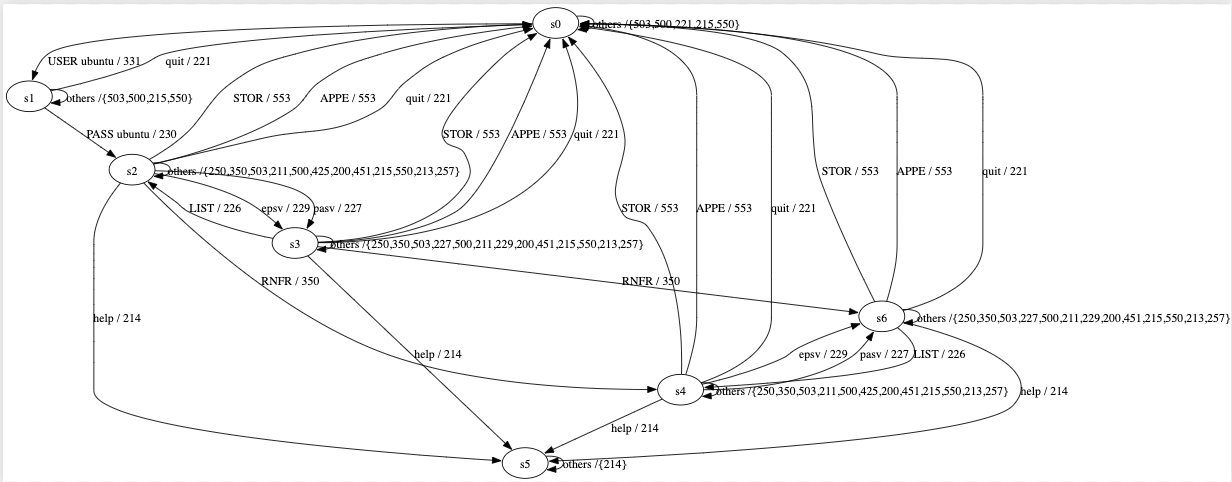
Earlier version of the Graphviz export State models/bftpd.png (cristiandaniele/ftp-statemodel-learner). Its source is kept beside it as State models/bftpd.dot.
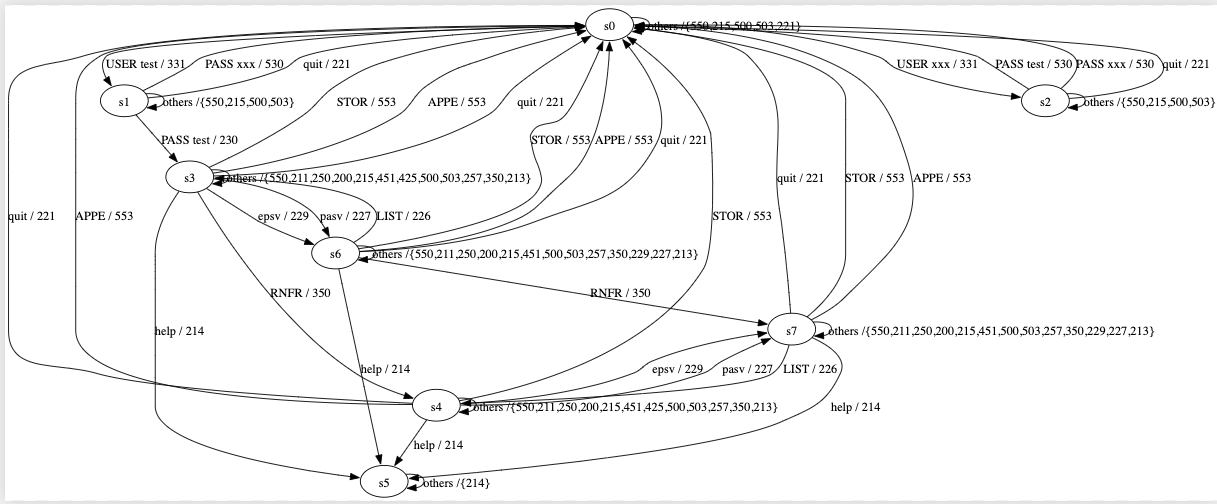
The same diagram one commit later.

Change to the diagram source:
```diff
@@ -7,16 +7,17 @@
 	s4 [shape="circle" label="4"];
 	s5 [shape="circle" label="5"];
 	s6 [shape="circle" label="6"];
-	s0 -> s1 [label="USER ubuntu / 331"];
-	s0 -> s0 [label="PASS ubuntu / 503"];
-	s0 -> s0 [label="epsv / 503"];
-	s0 -> s0 [label="pasv / 503"];
-	s0 -> s0 [label="CDUP / 503"];
+	s7 [shape="circle" label="7"];
+	s0 -> s1 [label="USER test / 331"];
+	s0 -> s0 [label="PASS test / 503"];
+	s0 -> s2 [label="USER xxx / 331"];
+	s0 -> s0 [label="PASS xxx / 503"];
 	s0 -> s0 [label="NOOP / 503"];
 	s0 -> s0 [label="PWD / 503"];
 	s0 -> s0 [label="TYPE / 503"];
 	s0 -> s0 [label="PORT / 503"];
 	s0 -> s0 [label="LIST / 503"];
+	s0 -> s0 [label="CDUP / 503"];
 	s0 -> s0 [label="CWD / 503"];
 	s0 -> s0 [label="RETR / 503"];
 	s0 -> s0 [label="ABOR / 500"];
@@ -38,17 +39,19 @@
 	s0 -> s0 [label="SITE / 550"];
 	s0 -> s0 [label="feat / 503"];
 	s0 -> s0 [label="help / 503"];
+	s0 -> s0 [label="epsv / 503"];
+	s0 -> s0 [label="pasv / 503"];
 	s0 -> s0 [label="quit / 221"];
-	s1 -> s1 [label="USER ubuntu / 503"];
-	s1 -> s2 [label="PASS ubuntu / 230"];
-	s1 -> s1 [label="epsv / 503"];
-	s1 -> s1 [label="pasv / 503"];
-	s1 -> s1 [label="CDUP / 503"];
+	s1 -> s1 [label="USER test / 503"];
+	s1 -> s3 [label="PASS test / 230"];
+	s1 -> s1 [label="USER xxx / 503"];
+	s1 -> s0 [label="PASS xxx / 530"];
 	s1 -> s1 [label="NOOP / 503"];
 	s1 -> s1 [label="PWD / 503"];
 	s1 -> s1 [label="TYPE / 503"];
 	s1 -> s1 [label="PORT / 503"];
 	s1 -> s1 [label="LIST / 503"];
+	s1 -> s1 [label="CDUP / 503"];
 	s1 -> s1 [label="CWD / 503"];
 	s1 -> s1 [label="RETR / 503"];
 	s1 -> s1 [label="ABOR / 500"];
@@ -70,49 +73,53 @@
 	s1 -> s1 [label="SITE / 550"];
 	s1 -> s1 [label="feat / 503"];
 	s1 -> s1 [label="help / 503"];
+	s1 -> s1 [label="epsv / 503"];
+	s1 -> s1 [label="pasv / 503"];
 	s1 -> s0 [label="quit / 221"];
-	s2 -> s2 [label="USER ubuntu / 503"];
-	s2 -> s2 [label="PASS ubuntu / 503"];
-	s2 -> s3 [label="epsv / 229"];
-	s2 -> s3 [label="pasv / 227"];
-	s2 -> s2 [label="CDUP / 250"];
-	s2 -> s2 [label="NOOP / 200"];
-	s2 -> s2 [label="PWD / 257"];
-	s2 -> s2 [label="TYPE / 500"];
-	s2 -> s2 [label="PORT / 500"];
-	s2 -> s2 [label="LIST / 425"];
-	s2 -> s2 [label="CWD / 250"];
-	s2 -> s2 [label="RETR / 550"];
+	s2 -> s2 [label="USER test / 503"];
+	s2 -> s0 [label="PASS test / 530"];
+	s2 -> s2 [label="USER xxx / 503"];
+	s2 -> s0 [label="PASS xxx / 530"];
+	s2 -> s2 [label="NOOP / 503"];
+	s2 -> s2 [label="PWD / 503"];
+	s2 -> s2 [label="TYPE / 503"];
+	s2 -> s2 [label="PORT / 503"];
+	s2 -> s2 [label="LIST / 503"];
+	s2 -> s2 [label="CDUP / 503"];
+	s2 -> s2 [label="CWD / 503"];
+	s2 -> s2 [label="RETR / 503"];
 	s2 -> s2 [label="ABOR / 500"];
 	s2 -> s2 [label="DELE / 550"];
-	s2 -> s2 [label="REST / 350"];
-	s2 -> s2 [label="SIZE / 213"];
-	s2 -> s2 [label="MKD / 451"];
-	s2 -> s2 [label="RMD / 451"];
-	s2 -> s0 [label="STOR / 553"];
+	s2 -> s2 [label="REST / 503"];
+	s2 -> s2 [label="SIZE / 503"];
+	s2 -> s2 [label="MKD / 503"];
+	s2 -> s2 [label="RMD / 503"];
+	s2 -> s2 [label="STOR / 503"];
 	s2 -> s2 [label="SYST / 215"];
-	s2 -> s0 [label="APPE / 553"];
-	s2 -> s4 [label="RNFR / 350"];
+	s2 -> s2 [label="APPE / 503"];
+	s2 -> s2 [label="RNFR / 503"];
 	s2 -> s2 [label="RNTO / 503"];
-	s2 -> s2 [label="OPTS / 550"];
+	s2 -> s2 [label="OPTS / 503"];
 	s2 -> s2 [label="MLSD / 500"];
 	s2 -> s2 [label="AUTH / 500"];
 	s2 -> s2 [label="PBSZ / 500"];
 	s2 -> s2 [label="PROT / 500"];
 	s2 -> s2 [label="SITE / 550"];
-	s2 -> s2 [label="feat / 211"];
-	s2 -> s5 [label="help / 214"];
+	s2 -> s2 [label="feat / 503"];
+	s2 -> s2 [label="help / 503"];
+	s2 -> s2 [label="epsv / 503"];
+	s2 -> s2 [label="pasv / 503"];
 	s2 -> s0 [label="quit / 221"];
-	s3 -> s3 [label="USER ubuntu / 503"];
-	s3 -> s3 [label="PASS ubuntu / 503"];
-	s3 -> s3 [label="epsv / 229"];
-	s3 -> s3 [label="pasv / 227"];
-	s3 -> s3 [label="CDUP / 250"];
+	s3 -> s3 [label="USER test / 503"];
+	s3 -> s3 [label="PASS test / 503"];
+	s3 -> s3 [label="USER xxx / 503"];
+	s3 -> s3 [label="PASS xxx / 503"];
 	s3 -> s3 [label="NOOP / 200"];
 	s3 -> s3 [label="PWD / 257"];
 	s3 -> s3 [label="TYPE / 500"];
 	s3 -> s3 [label="PORT / 500"];
-	s3 -> s2 [label="LIST / 226"];
+	s3 -> s3 [label="LIST / 425"];
+	s3 -> s3 [label="CDUP / 250"];
 	s3 -> s3 [label="CWD / 250"];
 	s3 -> s3 [label="RETR / 550"];
 	s3 -> s3 [label="ABOR / 500"];
@@ -124,7 +131,7 @@
 	s3 -> s0 [label="STOR / 553"];
 	s3 -> s3 [label="SYST / 215"];
 	s3 -> s0 [label="APPE / 553"];
-	s3 -> s6 [label="RNFR / 350"];
+	s3 -> s4 [label="RNFR / 350"];
 	s3 -> s3 [label="RNTO / 503"];
 	s3 -> s3 [label="OPTS / 550"];
 	s3 -> s3 [label="MLSD / 500"];
@@ -134,17 +141,19 @@
 	s3 -> s3 [label="SITE / 550"];
 	s3 -> s3 [label="feat / 211"];
 	s3 -> s5 [label="help / 214"];
+	s3 -> s6 [label="epsv / 229"];
+	s3 -> s6 [label="pasv / 227"];
 	s3 -> s0 [label="quit / 221"];
-	s4 -> s4 [label="USER ubuntu / 503"];
-	s4 -> s4 [label="PASS ubuntu / 503"];
-	s4 -> s6 [label="epsv / 229"];
-	s4 -> s6 [label="pasv / 227"];
-	s4 -> s4 [label="CDUP / 250"];
+	s4 -> s4 [label="USER test / 503"];
+	s4 -> s4 [label="PASS test / 503"];
+	s4 -> s4 [label="USER xxx / 503"];
+	s4 -> s4 [label="PASS xxx / 503"];
 	s4 -> s4 [label="NOOP / 200"];
 	s4 -> s4 [label="PWD / 257"];
 	s4 -> s4 [label="TYPE / 500"];
 	s4 -> s4 [label="PORT / 500"];
 	s4 -> s4 [label="LIST / 425"];
+	s4 -> s4 [label="CDUP / 250"];
 	s4 -> s4 [label="CWD / 250"];
 	s4 -> s4 [label="RETR / 550"];
 	s4 -> s4 [label="ABOR / 500"];
@@ -166,17 +175,19 @@
 	s4 -> s4 [label="SITE / 550"];
 	s4 -> s4 [label="feat / 211"];
 	s4 -> s5 [label="help / 214"];
+	s4 -> s7 [label="epsv / 229"];
+	s4 -> s7 [label="pasv / 227"];
 	s4 -> s0 [label="quit / 221"];
-	s5 -> s5 [label="USER ubuntu / 214"];
-	s5 -> s5 [label="PASS ubuntu / 214"];
-	s5 -> s5 [label="epsv / 214"];
-	s5 -> s5 [label="pasv / 214"];
-	s5 -> s5 [label="CDUP / 214"];
+	s5 -> s5 [label="USER test / 214"];
+	s5 -> s5 [label="PASS test / 214"];
+	s5 -> s5 [label="USER xxx / 214"];
+	s5 -> s5 [label="PASS xxx / 214"];
 	s5 -> s5 [label="NOOP / 214"];
 	s5 -> s5 [label="PWD / 214"];
 	s5 -> s5 [label="TYPE / 214"];
 	s5 -> s5 [label="PORT / 214"];
 	s5 -> s5 [label="LIST / 214"];
+	s5 -> s5 [label="CDUP / 214"];
 	s5 -> s5 [label="CWD / 214"];
 	s5 -> s5 [label="RETR / 214"];
 	s5 -> s5 [label="ABOR / 214"];
@@ -198,17 +209,19 @@
 	s5 -> s5 [label="SITE / 214"];
 	s5 -> s5 [label="feat / 214"];
 	s5 -> s5 [label="help / 214"];
+	s5 -> s5 [label="epsv / 214"];
+	s5 -> s5 [label="pasv / 214"];
 	s5 -> s5 [label="quit / 214"];
-	s6 -> s6 [label="USER ubuntu / 503"];
-	s6 -> s6 [label="PASS ubuntu / 503"];
-	s6 -> s6 [label="epsv / 229"];
-	s6 -> s6 [label="pasv / 227"];
-	s6 -> s6 [label="CDUP / 250"];
+	s6 -> s6 [label="USER test / 503"];
+	s6 -> s6 [label="PASS test / 503"];
+	s6 -> s6 [label="USER xxx / 503"];
+	s6 -> s6 [label="PASS xxx / 503"];
 	s6 -> s6 [label="NOOP / 200"];
 	s6 -> s6 [label="PWD / 257"];
 	s6 -> s6 [label="TYPE / 500"];
 	s6 -> s6 [label="PORT / 500"];
-	s6 -> s4 [label="LIST / 226"];
+	s6 -> s3 [label="LIST / 226"];
+	s6 -> s6 [label="CDUP / 250"];
 	s6 -> s6 [label="CWD / 250"];
 	s6 -> s6 [label="RETR / 550"];
 	s6 -> s6 [label="ABOR / 500"];
@@ -220,8 +233,8 @@
 	s6 -> s0 [label="STOR / 553"];
 	s6 -> s6 [label="SYST / 215"];
 	s6 -> s0 [label="APPE / 553"];
-	s6 -> s6 [label="RNFR / 350"];
-	s6 -> s6 [label="RNTO / 451"];
+	s6 -> s7 [label="RNFR / 350"];
+	s6 -> s6 [label="RNTO / 503"];
 	s6 -> s6 [label="OPTS / 550"];
 	s6 -> s6 [label="MLSD / 500"];
 	s6 -> s6 [label="AUTH / 500"];
@@ -230,7 +243,43 @@
 	s6 -> s6 [label="SITE / 550"];
 	s6 -> s6 [label="feat / 211"];
 	s6 -> s5 [label="help / 214"];
+	s6 -> s6 [label="epsv / 229"];
+	s6 -> s6 [label="pasv / 227"];
 	s6 -> s0 [label="quit / 221"];
+	s7 -> s7 [label="USER test / 503"];
+	s7 -> s7 [label="PASS test / 503"];
+	s7 -> s7 [label="USER xxx / 503"];
+	s7 -> s7 [label="PASS xxx / 503"];
+	s7 -> s7 [label="NOOP / 200"];
+	s7 -> s7 [label="PWD / 257"];
+	s7 -> s7 [label="TYPE / 500"];
+	s7 -> s7 [label="PORT / 500"];
+	s7 -> s4 [label="LIST / 226"];
+	s7 -> s7 [label="CDUP / 250"];
+	s7 -> s7 [label="CWD / 250"];
+	s7 -> s7 [label="RETR / 550"];
+	s7 -> s7 [label="ABOR / 500"];
+	s7 -> s7 [label="DELE / 550"];
+	s7 -> s7 [label="REST / 350"];
+	s7 -> s7 [label="SIZE / 213"];
+	s7 -> s7 [label="MKD / 451"];
+	s7 -> s7 [label="RMD / 451"];
+	s7 -> s0 [label="STOR / 553"];
+	s7 -> s7 [label="SYST / 215"];
+	s7 -> s0 [label="APPE / 553"];
+	s7 -> s7 [label="RNFR / 350"];
+	s7 -> s7 [label="RNTO / 451"];
+	s7 -> s7 [label="OPTS / 550"];
+	s7 -> s7 [label="MLSD / 500"];
+	s7 -> s7 [label="AUTH / 500"];
+	s7 -> s7 [label="PBSZ / 500"];
+	s7 -> s7 [label="PROT / 500"];
+	s7 -> s7 [label="SITE / 550"];
+	s7 -> s7 [label="feat / 211"];
+	s7 -> s5 [label="help / 214"];
+	s7 -> s7 [label="epsv / 229"];
+	s7 -> s7 [label="pasv / 227"];
+	s7 -> s0 [label="quit / 221"];
 
 __start0 [label="" shape="none" width="0" height="0"];
 __start0 -> s0;
```
